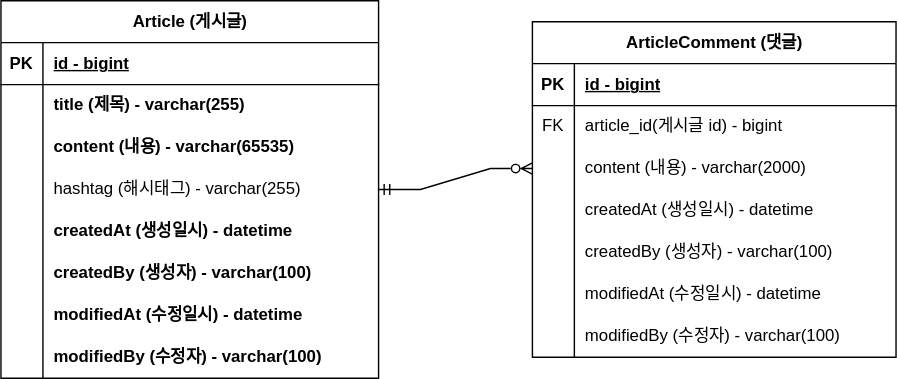
Before: document/project-board-erd.svg, a diagram exported from draw.io (jy-hwang/fastcampus-project-board). Source tidied: cells renumbered, new cells last; positions are measured from the earlier drawing's top-left corner, leaving out a move shared by most shapes.
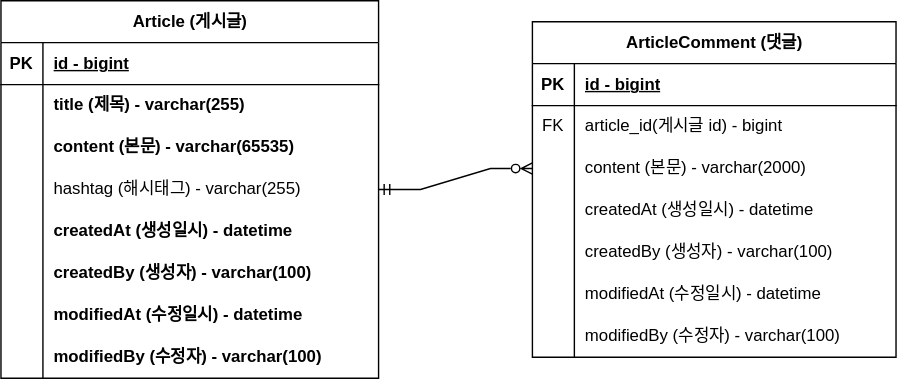
After the commit.

Commit message:
#7 - ERD 주석업데이트 : Update project-board-erd.svg

Diff of the diagram source:
```diff
@@ -29,7 +29,7 @@
     <mxCell id="10" style="shape=partialRectangle;fillColor=none;top=0;left=0;bottom=0;right=0;overflow=hidden;whiteSpace=wrap;html=1;" parent="9" vertex="1">
       <mxGeometry width="30" height="30" as="geometry" />
     </mxCell>
-    <mxCell id="11" value="content (내용) - varchar(65535)" style="shape=partialRectangle;fillColor=none;top=0;left=0;bottom=0;right=0;align=left;spacingLeft=6;overflow=hidden;whiteSpace=wrap;html=1;fontStyle=1;" parent="9" vertex="1">
+    <mxCell id="11" value="content (본문) - varchar(65535)" style="shape=partialRectangle;fillColor=none;top=0;left=0;bottom=0;right=0;align=left;spacingLeft=6;overflow=hidden;whiteSpace=wrap;html=1;fontStyle=1;" parent="9" vertex="1">
       <mxGeometry x="30" width="240" height="30" as="geometry" />
     </mxCell>
     <mxCell id="12" style="shape=tableRow;horizontal=0;startSize=0;swimlaneHead=0;swimlaneBody=0;fillColor=none;points=[[0,0.5],[1,0.5]];portConstraint=eastwest;top=0;left=0;right=0;bottom=0;" parent="2" vertex="1">
@@ -104,7 +104,7 @@
     <mxCell id="35" style="shape=partialRectangle;fillColor=none;top=0;left=0;bottom=0;right=0;overflow=hidden;whiteSpace=wrap;html=1;" parent="34" vertex="1">
       <mxGeometry width="30" height="30" as="geometry" />
     </mxCell>
-    <mxCell id="36" value="content (내용) - varchar(2000)" style="shape=partialRectangle;fillColor=none;top=0;left=0;bottom=0;right=0;align=left;spacingLeft=6;overflow=hidden;whiteSpace=wrap;html=1;" parent="34" vertex="1">
+    <mxCell id="36" value="content (본문) - varchar(2000)" style="shape=partialRectangle;fillColor=none;top=0;left=0;bottom=0;right=0;align=left;spacingLeft=6;overflow=hidden;whiteSpace=wrap;html=1;" parent="34" vertex="1">
       <mxGeometry x="30" width="230" height="30" as="geometry" />
     </mxCell>
     <mxCell id="37" style="shape=tableRow;horizontal=0;startSize=0;swimlaneHead=0;swimlaneBody=0;fillColor=none;top=0;left=0;right=0;bottom=0;" parent="27" vertex="1">
```
